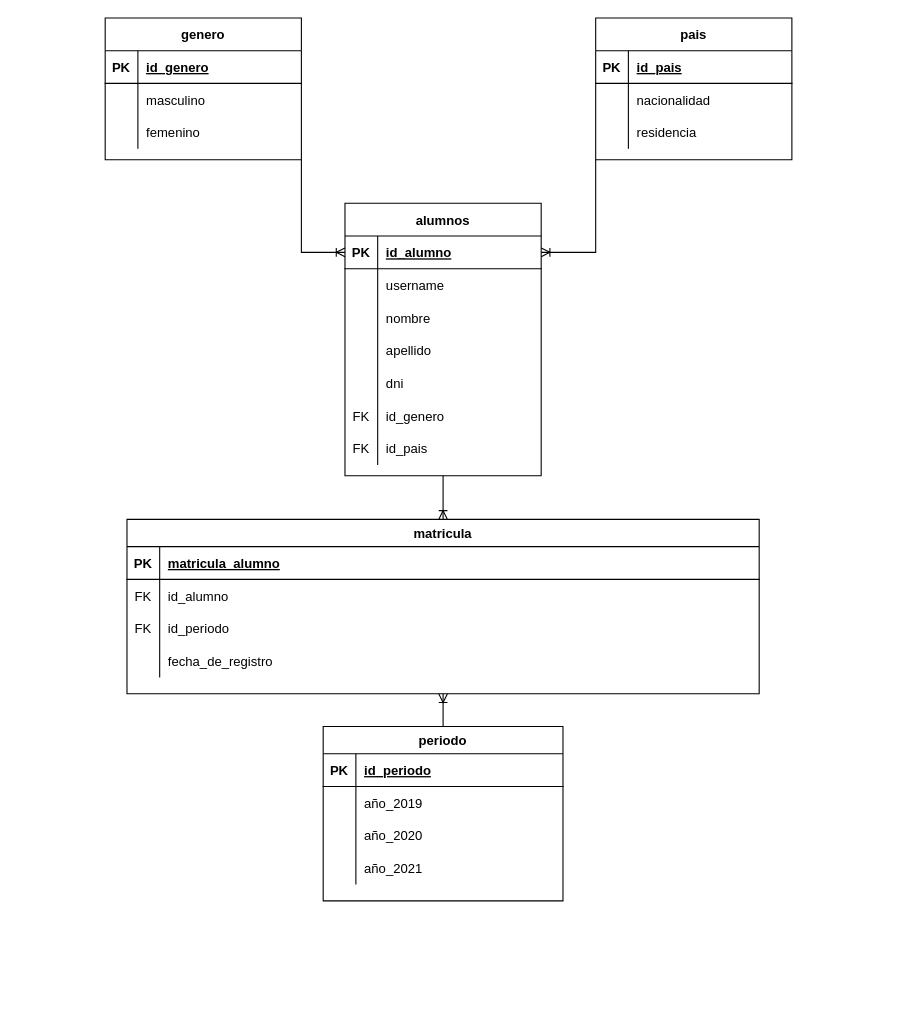
This is Diagrama-04.drawio from arcv1337/arcv1337, a draw.io file, before an edit. Source tidied: cells renumbered, new cells numbered last; positions are measured from the earlier drawing's top-left corner, leaving out a move shared by most shapes. Both pictures are drawn from the tidied source at 109%, with x=0, y=0 at pixel (105, 17).
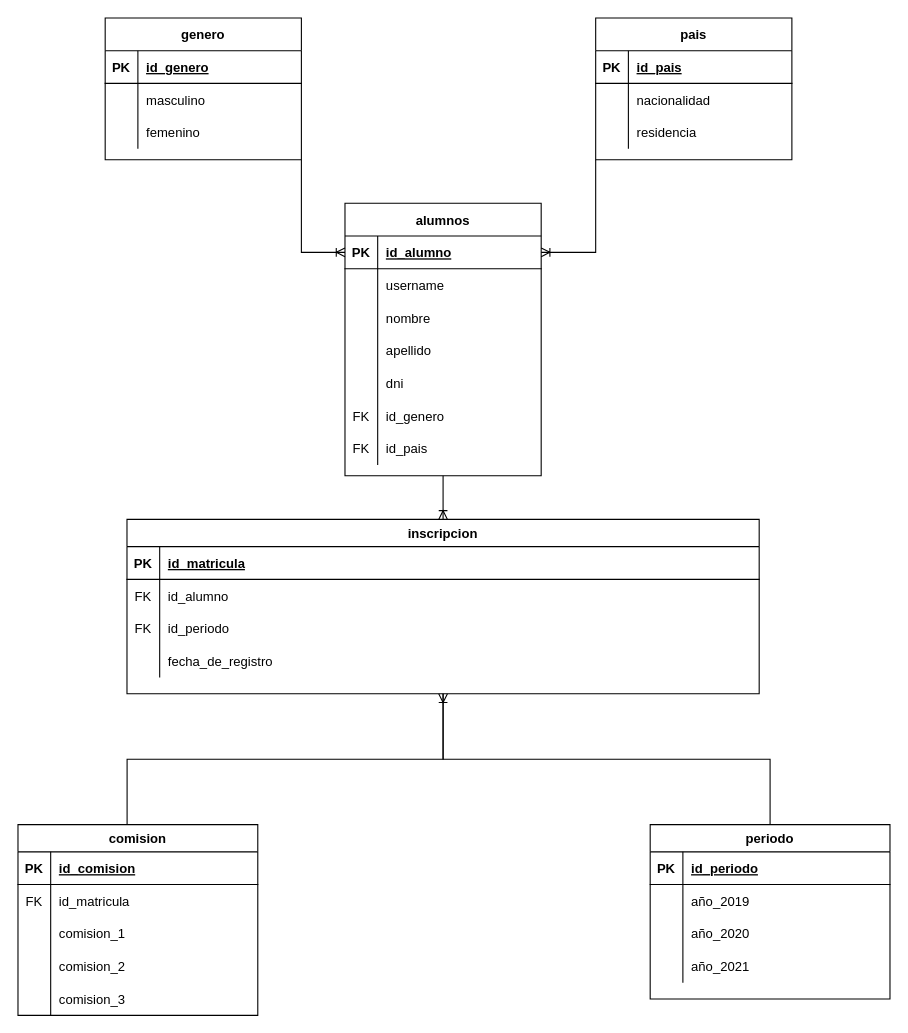
Above is the later version.

The change refers to these unchanged cells:
```xml
<mxCell id="49" style="shape=tableRow;horizontal=0;startSize=0;swimlaneHead=0;swimlaneBody=0;fillColor=none;top=0;left=0;right=0;bottom=1;" parent="48" vertex="1">
  <mxGeometry y="25" width="580" height="30" as="geometry" />
</mxCell>
```

Diff of the diagram source:
```diff
@@
+    <mxCell id="74" style="edgeStyle=orthogonalEdgeStyle;rounded=0;jettySize=auto;html=1;entryX=0.455;entryY=0;entryDx=0;entryDy=0;entryPerimeter=0;endArrow=none;endFill=0;" parent="1" edge="1" source="48" target="75">
+      <mxGeometry relative="1" as="geometry" />
+    </mxCell>
-    <mxCell id="48" value="matricula" style="shape=table;startSize=25;childLayout=tableLayout;rowLines=0;fontStyle=1;align=center;" parent="1" vertex="1">
+    <mxCell id="48" value="inscripcion" style="shape=table;startSize=25;childLayout=tableLayout;rowLines=0;fontStyle=1;align=center;" parent="1" vertex="1">
       <mxGeometry x="20" y="460" width="580" height="160" as="geometry" />
     </mxCell>
@@
-    <mxCell id="51" value="matricula_alumno" style="shape=partialRectangle;fillColor=none;top=0;left=0;bottom=0;right=0;align=left;spacingLeft=6;fontStyle=5;overflow=hidden;" parent="49" vertex="1">
+    <mxCell id="51" value="id_matricula" style="shape=partialRectangle;fillColor=none;top=0;left=0;bottom=0;right=0;align=left;spacingLeft=6;fontStyle=5;overflow=hidden;" parent="49" vertex="1">
       <mxGeometry x="30" width="550" height="30" as="geometry" />
     </mxCell>
@@
     <mxCell id="61" value="periodo" style="shape=table;startSize=25;childLayout=tableLayout;rowLines=0;fontStyle=1;align=center;" parent="1" vertex="1">
-      <mxGeometry x="200" y="650" width="220" height="160" as="geometry" />
+      <mxGeometry x="500" y="740" width="220" height="160" as="geometry" />
     </mxCell>
@@
+    <mxCell id="75" value="comision" style="shape=table;startSize=25;childLayout=tableLayout;rowLines=0;fontStyle=1;align=center;" parent="1" vertex="1">
+      <mxGeometry x="-80" y="740" width="220" height="175" as="geometry" />
+    </mxCell>
+    <mxCell id="76" style="shape=tableRow;horizontal=0;startSize=0;swimlaneHead=0;swimlaneBody=0;fillColor=none;top=0;left=0;right=0;bottom=1;" parent="75" vertex="1">
+      <mxGeometry y="25" width="220" height="30" as="geometry" />
+    </mxCell>
+    <mxCell id="77" value="PK" style="shape=partialRectangle;fillColor=none;top=0;left=0;bottom=0;right=0;fontStyle=1;overflow=hidden;" parent="76" vertex="1">
+      <mxGeometry width="30" height="30" as="geometry" />
+    </mxCell>
+    <mxCell id="78" value="id_comision" style="shape=partialRectangle;fillColor=none;top=0;left=0;bottom=0;right=0;align=left;spacingLeft=6;fontStyle=5;overflow=hidden;" parent="76" vertex="1">
+      <mxGeometry x="30" width="190" height="30" as="geometry" />
+    </mxCell>
+    <mxCell id="79" style="shape=tableRow;horizontal=0;startSize=0;swimlaneHead=0;swimlaneBody=0;fillColor=none;top=0;left=0;right=0;bottom=0;" parent="75" vertex="1">
+      <mxGeometry y="55" width="220" height="30" as="geometry" />
+    </mxCell>
+    <mxCell id="80" value="FK" style="shape=partialRectangle;fillColor=none;top=0;left=0;bottom=0;right=0;overflow=hidden;" parent="79" vertex="1">
+      <mxGeometry width="30" height="30" as="geometry" />
+    </mxCell>
+    <mxCell id="81" value="id_matricula" style="shape=partialRectangle;fillColor=none;top=0;left=0;bottom=0;right=0;align=left;spacingLeft=6;overflow=hidden;" parent="79" vertex="1">
+      <mxGeometry x="30" width="190" height="30" as="geometry" />
+    </mxCell>
+    <mxCell id="82" style="shape=tableRow;horizontal=0;startSize=0;swimlaneHead=0;swimlaneBody=0;fillColor=none;top=0;left=0;right=0;bottom=0;" parent="75" vertex="1">
+      <mxGeometry y="85" width="220" height="30" as="geometry" />
+    </mxCell>
+    <mxCell id="83" style="shape=partialRectangle;fillColor=none;top=0;left=0;bottom=0;right=0;overflow=hidden;" parent="82" vertex="1">
+      <mxGeometry width="30" height="30" as="geometry" />
+    </mxCell>
+    <mxCell id="84" value="comision_1" style="shape=partialRectangle;fillColor=none;top=0;left=0;bottom=0;right=0;align=left;spacingLeft=6;overflow=hidden;" parent="82" vertex="1">
+      <mxGeometry x="30" width="190" height="30" as="geometry" />
+    </mxCell>
+    <mxCell id="85" style="shape=tableRow;horizontal=0;startSize=0;swimlaneHead=0;swimlaneBody=0;fillColor=none;top=0;left=0;right=0;bottom=0;" parent="75" vertex="1">
+      <mxGeometry y="115" width="220" height="30" as="geometry" />
+    </mxCell>
+    <mxCell id="86" style="shape=partialRectangle;fillColor=none;top=0;left=0;bottom=0;right=0;overflow=hidden;" parent="85" vertex="1">
+      <mxGeometry width="30" height="30" as="geometry" />
+    </mxCell>
+    <mxCell id="87" value="comision_2" style="shape=partialRectangle;fillColor=none;top=0;left=0;bottom=0;right=0;align=left;spacingLeft=6;overflow=hidden;" parent="85" vertex="1">
+      <mxGeometry x="30" width="190" height="30" as="geometry" />
+    </mxCell>
+    <mxCell id="88" style="shape=tableRow;horizontal=0;startSize=0;swimlaneHead=0;swimlaneBody=0;fillColor=none;top=0;left=0;right=0;bottom=0;" parent="75" vertex="1">
+      <mxGeometry y="145" width="220" height="30" as="geometry" />
+    </mxCell>
+    <mxCell id="89" style="shape=partialRectangle;fillColor=none;top=0;left=0;bottom=0;right=0;overflow=hidden;" parent="88" vertex="1">
+      <mxGeometry width="30" height="30" as="geometry" />
+    </mxCell>
+    <mxCell id="90" value="comision_3" style="shape=partialRectangle;fillColor=none;top=0;left=0;bottom=0;right=0;align=left;spacingLeft=6;overflow=hidden;" parent="88" vertex="1">
+      <mxGeometry x="30" width="190" height="30" as="geometry" />
+    </mxCell>
```
